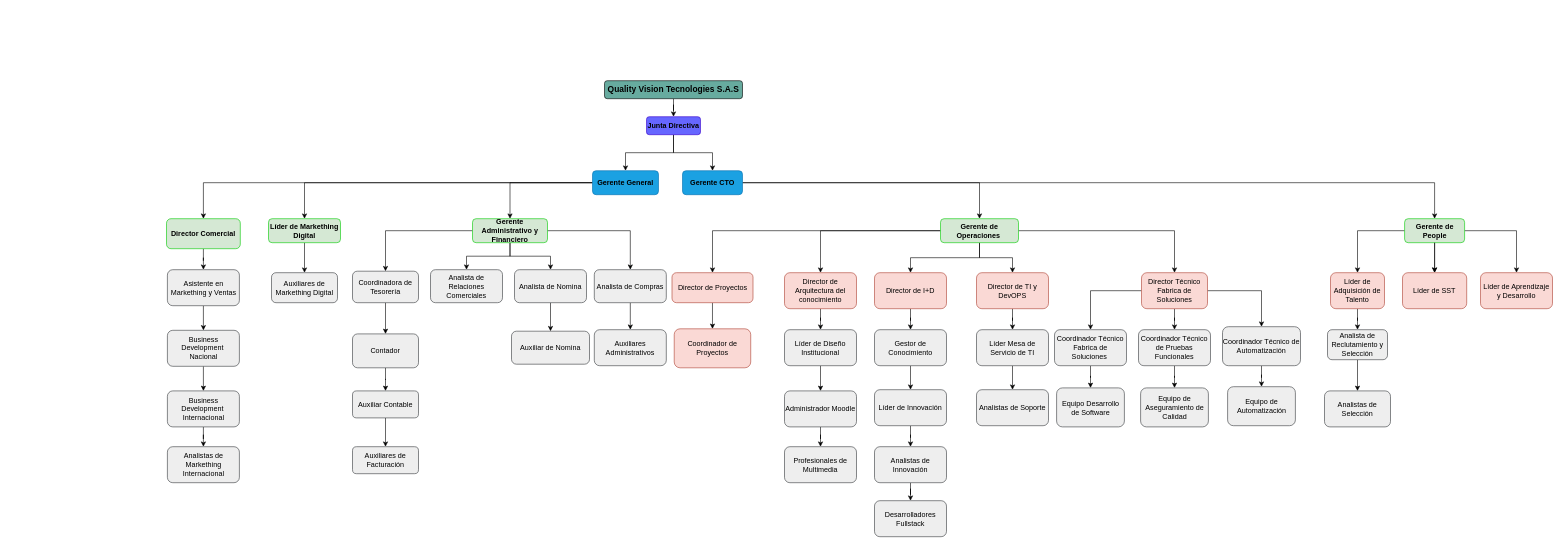
Earlier version of the draw.io diagram Organigrama.drawio (MonicaGalvis27/EjemploLista). Source tidied: cells renumbered, new cells numbered last; positions are measured from the earlier drawing's top-left corner, leaving out a move shared by most shapes. Both pictures are drawn from the tidied source at 60%, with x=0, y=0 at pixel (166, 80).
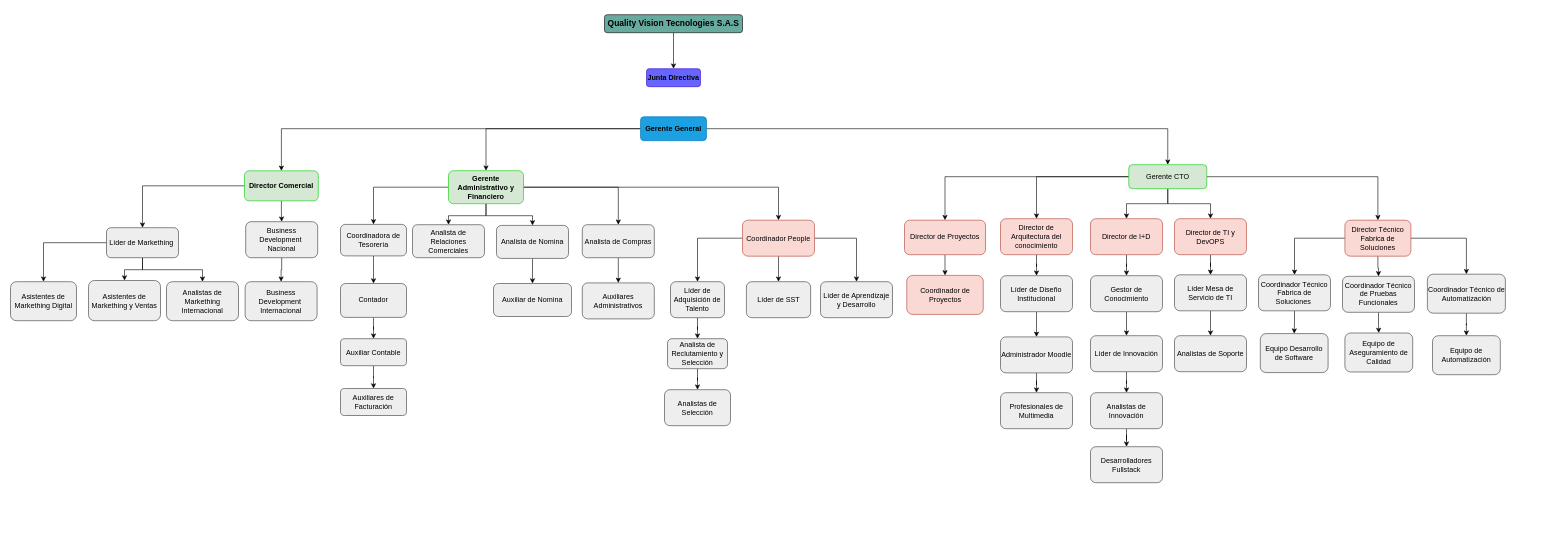
The same diagram, later.

What changed in the source:
```diff
@@
     <mxCell id="3" value="&lt;h3 style=&quot;color: rgb(0, 0, 0);&quot;&gt;Quality Vision Tecnologies S.A.S&lt;/h3&gt;" style="rounded=1;whiteSpace=wrap;html=1;fillColor=#67AB9F;" parent="1" vertex="1">
-      <mxGeometry x="730" width="230" height="30" as="geometry" />
+      <mxGeometry x="730" y="-110" width="230" height="30" as="geometry" />
     </mxCell>
-    <mxCell id="4" style="edgeStyle=orthogonalEdgeStyle;rounded=0;jettySize=auto;html=1;" parent="1" edge="1" source="6" target="10">
-      <mxGeometry relative="1" as="geometry" />
-    </mxCell>
-    <mxCell id="5" style="edgeStyle=orthogonalEdgeStyle;rounded=0;jettySize=auto;html=1;entryX=0.5;entryY=0;entryDx=0;entryDy=0;" parent="1" edge="1" source="6" target="13">
-      <mxGeometry relative="1" as="geometry" />
-    </mxCell>
     <mxCell id="6" value="&lt;font style=&quot;color: rgb(0, 0, 0);&quot;&gt;&lt;b&gt;Junta Directiva&lt;/b&gt;&lt;/font&gt;" style="rounded=1;whiteSpace=wrap;html=1;fillColor=#6666FF;fontColor=#ffffff;strokeColor=#3700CC;" parent="1" vertex="1">
-      <mxGeometry x="800" y="60" width="90" height="30" as="geometry" />
+      <mxGeometry x="800" y="-20" width="90" height="30" as="geometry" />
     </mxCell>
@@
-    <mxCell id="8" style="edgeStyle=orthogonalEdgeStyle;rounded=0;jettySize=auto;html=1;entryX=0.5;entryY=0;entryDx=0;entryDy=0;" parent="1" edge="1" source="10" target="17">
-      <mxGeometry relative="1" as="geometry" />
-    </mxCell>
@@
+    <mxCell id="100" style="edgeStyle=orthogonalEdgeStyle;rounded=0;jettySize=auto;html=1;entryX=0.5;entryY=0;entryDx=0;entryDy=0;" parent="1" edge="1" source="10" target="28">
+      <mxGeometry relative="1" as="geometry" />
+    </mxCell>
     <mxCell id="10" value="&lt;font style=&quot;vertical-align: inherit; color: rgb(0, 0, 0);&quot; dir=&quot;auto&quot;&gt;&lt;b&gt;Gerente General&lt;/b&gt;&lt;/font&gt;" style="rounded=1;whiteSpace=wrap;html=1;fillColor=#1ba1e2;strokeColor=#006EAF;fontColor=#ffffff;" parent="1" vertex="1">
-      <mxGeometry x="710" y="150" width="110" height="40" as="geometry" />
+      <mxGeometry x="790" y="60" width="110" height="40" as="geometry" />
     </mxCell>
-    <mxCell id="11" style="edgeStyle=orthogonalEdgeStyle;rounded=0;jettySize=auto;html=1;entryX=0.5;entryY=0;entryDx=0;entryDy=0;" parent="1" edge="1" source="13" target="28">
-      <mxGeometry relative="1" as="geometry" />
-    </mxCell>
-    <mxCell id="12" style="edgeStyle=orthogonalEdgeStyle;rounded=0;jettySize=auto;html=1;entryX=0.5;entryY=0;entryDx=0;entryDy=0;" parent="1" edge="1" source="13" target="32">
-      <mxGeometry relative="1" as="geometry" />
-    </mxCell>
-    <mxCell id="13" value="&lt;font style=&quot;color: rgb(0, 0, 0);&quot;&gt;&lt;b&gt;Gerente CTO&lt;/b&gt;&lt;/font&gt;" style="rounded=1;whiteSpace=wrap;html=1;fillColor=#1ba1e2;strokeColor=#006EAF;fontColor=#ffffff;" parent="1" vertex="1">
-      <mxGeometry x="860" y="150" width="100" height="40" as="geometry" />
-    </mxCell>
-    <mxCell id="14" style="edgeStyle=orthogonalEdgeStyle;rounded=0;jettySize=auto;html=1;" parent="1" edge="1" source="15" target="94">
-      <mxGeometry relative="1" as="geometry" />
-    </mxCell>
+    <mxCell id="101" style="edgeStyle=orthogonalEdgeStyle;rounded=0;jettySize=auto;html=1;" parent="1" edge="1" source="15" target="17">
+      <mxGeometry relative="1" as="geometry" />
+    </mxCell>
+    <mxCell id="102" style="edgeStyle=orthogonalEdgeStyle;rounded=0;jettySize=auto;html=1;" parent="1" edge="1" source="15" target="96">
+      <mxGeometry relative="1" as="geometry" />
+    </mxCell>
     <mxCell id="15" value="Director Comercial" style="rounded=1;whiteSpace=wrap;html=1;fillColor=#d5e8d4;strokeColor=#00CC00;fontStyle=1;" parent="1" vertex="1">
-      <mxGeometry y="230" width="123" height="50" as="geometry" />
+      <mxGeometry x="130" y="150.2" width="123" height="50" as="geometry" />
     </mxCell>
@@
+    <mxCell id="103" style="edgeStyle=orthogonalEdgeStyle;rounded=0;jettySize=auto;html=1;" parent="1" edge="1" source="17" target="97">
+      <mxGeometry relative="1" as="geometry" />
+    </mxCell>
+    <mxCell id="104" style="edgeStyle=orthogonalEdgeStyle;rounded=0;jettySize=auto;html=1;entryX=0.5;entryY=0;entryDx=0;entryDy=0;" parent="1" edge="1" source="17" target="94">
+      <mxGeometry relative="1" as="geometry" />
+    </mxCell>
-    <mxCell id="17" value="Líder de Markething Digital" style="rounded=1;whiteSpace=wrap;html=1;fillColor=#d5e8d4;strokeColor=#00CC00;fontStyle=1;" parent="1" vertex="1">
-      <mxGeometry x="170" y="230" width="120" height="40" as="geometry" />
+    <mxCell id="17" value="&lt;span style=&quot;font-weight: normal;&quot;&gt;Líder de Markething&amp;nbsp;&lt;/span&gt;" style="rounded=1;whiteSpace=wrap;html=1;fillColor=#eeeeee;strokeColor=#36393d;fontStyle=1;" parent="1" vertex="1">
+      <mxGeometry x="-100" y="245" width="120" height="50" as="geometry" />
     </mxCell>
@@
+    <mxCell id="105" style="edgeStyle=orthogonalEdgeStyle;rounded=0;jettySize=auto;html=1;entryX=0.5;entryY=0;entryDx=0;entryDy=0;" parent="1" edge="1" source="22" target="109">
+      <mxGeometry relative="1" as="geometry" />
+    </mxCell>
     <mxCell id="22" value="Gerente Administrativo y Financiero" style="rounded=1;whiteSpace=wrap;html=1;fillColor=#d5e8d4;strokeColor=#00CC00;fontStyle=1;" parent="1" vertex="1">
-      <mxGeometry x="510" y="230" width="125" height="40" as="geometry" />
+      <mxGeometry x="470" y="150" width="125" height="55" as="geometry" />
     </mxCell>
@@
-    <mxCell id="28" value="Gerente de Operaciones&amp;nbsp;" style="rounded=1;whiteSpace=wrap;html=1;fillColor=#d5e8d4;strokeColor=#00CC00;fontStyle=1;" parent="1" vertex="1">
-      <mxGeometry x="1290" y="230" width="130" height="40" as="geometry" />
+    <mxCell id="28" value="&lt;span style=&quot;font-weight: normal;&quot;&gt;Gerente CTO&lt;/span&gt;" style="rounded=1;whiteSpace=wrap;html=1;fillColor=#d5e8d4;strokeColor=#00CC00;fontStyle=1;" parent="1" vertex="1">
+      <mxGeometry x="1603.8" y="140" width="130" height="40" as="geometry" />
     </mxCell>
-    <mxCell id="29" style="edgeStyle=orthogonalEdgeStyle;rounded=0;jettySize=auto;html=1;entryX=0.5;entryY=0;entryDx=0;entryDy=0;" parent="1" edge="1" source="32" target="41">
-      <mxGeometry relative="1" as="geometry" />
-    </mxCell>
-    <mxCell id="30" style="edgeStyle=orthogonalEdgeStyle;rounded=0;jettySize=auto;html=1;entryX=0.5;entryY=0;entryDx=0;entryDy=0;" parent="1" edge="1" source="32" target="49">
-      <mxGeometry relative="1" as="geometry" />
-    </mxCell>
-    <mxCell id="31" style="edgeStyle=orthogonalEdgeStyle;rounded=0;jettySize=auto;html=1;entryX=0.5;entryY=0;entryDx=0;entryDy=0;" parent="1" edge="1" source="32" target="42">
-      <mxGeometry relative="1" as="geometry" />
-    </mxCell>
-    <mxCell id="32" value="Gerente de People" style="rounded=1;whiteSpace=wrap;html=1;fillColor=#d5e8d4;strokeColor=#00CC00;fontStyle=1;" parent="1" vertex="1">
-      <mxGeometry x="2063.5" y="230" width="100" height="40" as="geometry" />
-    </mxCell>
@@
     <mxCell id="34" value="Director de Proyectos" style="rounded=1;whiteSpace=wrap;html=1;fillColor=#fad9d5;strokeColor=#ae4132;" parent="1" vertex="1">
-      <mxGeometry x="842.5" y="320" width="135" height="50" as="geometry" />
+      <mxGeometry x="1230" y="232.5" width="135" height="57.5" as="geometry" />
     </mxCell>
     <mxCell id="35" value="Coordinador de Proyectos" style="rounded=1;whiteSpace=wrap;html=1;fillColor=#fad9d5;strokeColor=#ae4132;" parent="1" vertex="1">
-      <mxGeometry x="846.2" y="413.5" width="127.5" height="65" as="geometry" />
+      <mxGeometry x="1233.8" y="324.5" width="127.5" height="65" as="geometry" />
     </mxCell>
@@
+    <mxCell id="38" style="edgeStyle=orthogonalEdgeStyle;rounded=0;jettySize=auto;html=1;entryX=0.5;entryY=0;entryDx=0;entryDy=0;" parent="1" edge="1" source="39" target="47">
+      <mxGeometry relative="1" as="geometry" />
+    </mxCell>
@@
-    <mxCell id="38" style="edgeStyle=orthogonalEdgeStyle;rounded=0;jettySize=auto;html=1;entryX=0.5;entryY=0;entryDx=0;entryDy=0;" parent="1" edge="1" source="39" target="47">
-      <mxGeometry relative="1" as="geometry" />
-    </mxCell>
     <mxCell id="39" value="Director Técnico Fabrica de Soluciones" style="rounded=1;whiteSpace=wrap;html=1;fillColor=#fad9d5;strokeColor=#ae4132;" parent="1" vertex="1">
-      <mxGeometry x="1625" y="320" width="110" height="60" as="geometry" />
+      <mxGeometry x="1964" y="232.5" width="110" height="60" as="geometry" />
     </mxCell>
@@
-    <mxCell id="41" value="Líder de Adquisición de Talento" style="rounded=1;whiteSpace=wrap;html=1;fillColor=#fad9d5;strokeColor=#ae4132;" parent="1" vertex="1">
-      <mxGeometry x="1940" y="320" width="90" height="60" as="geometry" />
+    <mxCell id="41" value="Líder de Adquisición de Talento" style="rounded=1;whiteSpace=wrap;html=1;fillColor=#eeeeee;strokeColor=#36393d;" parent="1" vertex="1">
+      <mxGeometry x="840" y="335" width="90" height="60" as="geometry" />
     </mxCell>
-    <mxCell id="42" value="Líder de Aprendizaje y Desarrollo" style="rounded=1;whiteSpace=wrap;html=1;fillColor=#fad9d5;strokeColor=#ae4132;" parent="1" vertex="1">
-      <mxGeometry x="2190" y="320" width="120" height="60" as="geometry" />
+    <mxCell id="42" value="Líder de Aprendizaje y Desarrollo" style="rounded=1;whiteSpace=wrap;html=1;fillColor=#eeeeee;strokeColor=#36393d;" parent="1" vertex="1">
+      <mxGeometry x="1090" y="335" width="120" height="60" as="geometry" />
     </mxCell>
@@
     <mxCell id="44" value="Analista de Reclutamiento y Selección" style="rounded=1;whiteSpace=wrap;html=1;fillColor=#eeeeee;strokeColor=#36393d;" parent="1" vertex="1">
-      <mxGeometry x="1935" y="415" width="100" height="50" as="geometry" />
+      <mxGeometry x="835" y="430" width="100" height="50" as="geometry" />
     </mxCell>
     <mxCell id="45" value="Analistas de Selección" style="rounded=1;whiteSpace=wrap;html=1;fillColor=#eeeeee;strokeColor=#36393d;" parent="1" vertex="1">
-      <mxGeometry x="1930" y="517" width="110" height="60" as="geometry" />
+      <mxGeometry x="830" y="515" width="110" height="60" as="geometry" />
     </mxCell>
@@
     <mxCell id="47" value="Coordinador Técnico Fabrica de Soluciones&lt;span style=&quot;background-color: transparent; color: light-dark(rgb(0, 0, 0), rgb(255, 255, 255));&quot;&gt;&amp;nbsp;&lt;/span&gt;" style="rounded=1;whiteSpace=wrap;html=1;fillColor=#eeeeee;strokeColor=#36393d;" parent="1" vertex="1">
-      <mxGeometry x="1480" y="415" width="120" height="60" as="geometry" />
+      <mxGeometry x="1820" y="323.5" width="120" height="60" as="geometry" />
     </mxCell>
-    <mxCell id="48" style="edgeStyle=orthogonalEdgeStyle;rounded=0;jettySize=auto;html=1;" parent="1" edge="1" source="32" target="49">
-      <mxGeometry relative="1" as="geometry" />
-    </mxCell>
-    <mxCell id="49" value="Líder de SST" style="rounded=1;whiteSpace=wrap;html=1;fillColor=#fad9d5;strokeColor=#ae4132;" parent="1" vertex="1">
-      <mxGeometry x="2060" y="320" width="107" height="60" as="geometry" />
+    <mxCell id="49" value="Líder de SST" style="rounded=1;whiteSpace=wrap;html=1;fillColor=#eeeeee;strokeColor=#36393d;" parent="1" vertex="1">
+      <mxGeometry x="966.5" y="335" width="107" height="60" as="geometry" />
     </mxCell>
     <mxCell id="50" value="Equipo Desarrollo de Software" style="rounded=1;whiteSpace=wrap;html=1;fillColor=#eeeeee;strokeColor=#36393d;" parent="1" vertex="1">
-      <mxGeometry x="1483.5" y="512" width="113" height="65" as="geometry" />
+      <mxGeometry x="1823" y="421.5" width="113" height="65" as="geometry" />
     </mxCell>
@@
     <mxCell id="52" value="Coordinador Técnico de Pruebas Funcionales" style="rounded=1;whiteSpace=wrap;html=1;fillColor=#eeeeee;strokeColor=#36393d;" parent="1" vertex="1">
-      <mxGeometry x="1620" y="415" width="120" height="60" as="geometry" />
+      <mxGeometry x="1960" y="326" width="120" height="60" as="geometry" />
     </mxCell>
     <mxCell id="53" value="Equipo de Aseguramiento de Calidad" style="rounded=1;whiteSpace=wrap;html=1;fillColor=#eeeeee;strokeColor=#36393d;" parent="1" vertex="1">
-      <mxGeometry x="1623.5" y="512" width="113" height="65" as="geometry" />
+      <mxGeometry x="1964" y="420.5" width="113" height="65" as="geometry" />
     </mxCell>
@@
     <mxCell id="55" value="Coordinador Técnico de Automatización" style="rounded=1;whiteSpace=wrap;html=1;fillColor=#eeeeee;strokeColor=#36393d;" parent="1" vertex="1">
-      <mxGeometry x="1760" y="410" width="130" height="65" as="geometry" />
+      <mxGeometry x="2101.5" y="322.5" width="130" height="65" as="geometry" />
     </mxCell>
     <mxCell id="56" value="Equipo de Automatización" style="rounded=1;whiteSpace=wrap;html=1;fillColor=#eeeeee;strokeColor=#36393d;" parent="1" vertex="1">
-      <mxGeometry x="1768.5" y="510" width="113" height="65" as="geometry" />
+      <mxGeometry x="2110" y="425" width="113" height="65" as="geometry" />
     </mxCell>
@@
     <mxCell id="58" value="Director de TI y DevOPS" style="rounded=1;whiteSpace=wrap;html=1;fillColor=#fad9d5;strokeColor=#ae4132;" parent="1" vertex="1">
-      <mxGeometry x="1350" y="320" width="120" height="60" as="geometry" />
+      <mxGeometry x="1680" y="230" width="120" height="60" as="geometry" />
     </mxCell>
@@
-    <mxCell id="60" value="Líder Mesa de Servicio de TI" style="rounded=1;whiteSpace=wrap;html=1;fillColor=#eeeeee;strokeColor=#36393d;" parent="1" vertex="1">
-      <mxGeometry x="1350" y="415" width="120" height="60" as="geometry" />
-    </mxCell>
     <mxCell id="61" value="Analistas de Soporte" style="rounded=1;whiteSpace=wrap;html=1;fillColor=#eeeeee;strokeColor=#36393d;" parent="1" vertex="1">
-      <mxGeometry x="1350" y="515" width="120" height="60" as="geometry" />
+      <mxGeometry x="1680" y="425" width="120" height="60" as="geometry" />
     </mxCell>
@@
     <mxCell id="63" value="Director de I+D" style="rounded=1;whiteSpace=wrap;html=1;fillColor=#fad9d5;strokeColor=#ae4132;" parent="1" vertex="1">
-      <mxGeometry x="1180" y="320" width="120" height="60" as="geometry" />
+      <mxGeometry x="1540" y="230" width="120" height="60" as="geometry" />
     </mxCell>
@@
     <mxCell id="65" value="Gestor de Conocimiento" style="rounded=1;whiteSpace=wrap;html=1;fillColor=#eeeeee;strokeColor=#36393d;" parent="1" vertex="1">
-      <mxGeometry x="1180" y="415" width="120" height="60" as="geometry" />
+      <mxGeometry x="1540" y="325" width="120" height="60" as="geometry" />
     </mxCell>
@@
     <mxCell id="67" value="Líder de Innovación" style="rounded=1;whiteSpace=wrap;html=1;fillColor=#eeeeee;strokeColor=#36393d;" parent="1" vertex="1">
-      <mxGeometry x="1180" y="515" width="120" height="60" as="geometry" />
+      <mxGeometry x="1540" y="425" width="120" height="60" as="geometry" />
     </mxCell>
@@
     <mxCell id="69" value="Analistas de Innovación" style="rounded=1;whiteSpace=wrap;html=1;fillColor=#eeeeee;strokeColor=#36393d;" parent="1" vertex="1">
-      <mxGeometry x="1180" y="610" width="120" height="60" as="geometry" />
+      <mxGeometry x="1540" y="520" width="120" height="60" as="geometry" />
     </mxCell>
     <mxCell id="70" value="Desarrolladores Fullstack" style="rounded=1;whiteSpace=wrap;html=1;fillColor=#eeeeee;strokeColor=#36393d;" parent="1" vertex="1">
-      <mxGeometry x="1180" y="700" width="120" height="60" as="geometry" />
+      <mxGeometry x="1540" y="610" width="120" height="60" as="geometry" />
     </mxCell>
@@
     <mxCell id="72" value="Director de Arquitectura del conocimiento" style="rounded=1;whiteSpace=wrap;html=1;fillColor=#fad9d5;strokeColor=#ae4132;" parent="1" vertex="1">
-      <mxGeometry x="1030" y="320" width="120" height="60" as="geometry" />
+      <mxGeometry x="1390" y="230" width="120" height="60" as="geometry" />
     </mxCell>
@@
     <mxCell id="74" value="Líder de Diseño Institucional" style="rounded=1;whiteSpace=wrap;html=1;fillColor=#eeeeee;strokeColor=#36393d;" parent="1" vertex="1">
-      <mxGeometry x="1030" y="415" width="120" height="60" as="geometry" />
+      <mxGeometry x="1390" y="325" width="120" height="60" as="geometry" />
     </mxCell>
@@
     <mxCell id="76" value="Administrador Moodle" style="rounded=1;whiteSpace=wrap;html=1;fillColor=#eeeeee;strokeColor=#36393d;" parent="1" vertex="1">
-      <mxGeometry x="1030" y="517" width="120" height="60" as="geometry" />
+      <mxGeometry x="1390" y="427" width="120" height="60" as="geometry" />
     </mxCell>
     <mxCell id="77" value="Profesionales de Multimedia" style="rounded=1;whiteSpace=wrap;html=1;fillColor=#eeeeee;strokeColor=#36393d;" parent="1" vertex="1">
-      <mxGeometry x="1030" y="610" width="120" height="60" as="geometry" />
+      <mxGeometry x="1390" y="520" width="120" height="60" as="geometry" />
     </mxCell>
@@
     <mxCell id="79" value="Coordinadora de Tesorería" style="rounded=1;whiteSpace=wrap;html=1;fillColor=#eeeeee;strokeColor=#36393d;" parent="1" vertex="1">
-      <mxGeometry x="310" y="317.5" width="110" height="52.5" as="geometry" />
+      <mxGeometry x="290" y="239.5" width="110" height="52.5" as="geometry" />
     </mxCell>
@@
     <mxCell id="81" value="Contador" style="rounded=1;whiteSpace=wrap;html=1;fillColor=#eeeeee;strokeColor=#36393d;" parent="1" vertex="1">
-      <mxGeometry x="310" y="422" width="110" height="56.5" as="geometry" />
+      <mxGeometry x="290" y="338" width="110" height="56.5" as="geometry" />
     </mxCell>
@@
     <mxCell id="83" value="Auxiliar Contable" style="rounded=1;whiteSpace=wrap;html=1;fillColor=#eeeeee;strokeColor=#36393d;" parent="1" vertex="1">
-      <mxGeometry x="310" y="517" width="110" height="45" as="geometry" />
+      <mxGeometry x="290" y="430" width="110" height="45" as="geometry" />
     </mxCell>
     <mxCell id="84" value="Auxiliares de Facturación" style="rounded=1;whiteSpace=wrap;html=1;fillColor=#eeeeee;strokeColor=#36393d;" parent="1" vertex="1">
-      <mxGeometry x="310" y="610" width="110" height="45" as="geometry" />
+      <mxGeometry x="290" y="513" width="110" height="45" as="geometry" />
     </mxCell>
     <mxCell id="85" value="Analista de Relaciones Comerciales" style="rounded=1;whiteSpace=wrap;html=1;fillColor=#eeeeee;strokeColor=#36393d;" parent="1" vertex="1">
-      <mxGeometry x="440" y="315" width="120" height="55" as="geometry" />
+      <mxGeometry x="410" y="240" width="120" height="55" as="geometry" />
     </mxCell>
@@
     <mxCell id="87" value="Analista de Nomina" style="rounded=1;whiteSpace=wrap;html=1;fillColor=#eeeeee;strokeColor=#36393d;" parent="1" vertex="1">
-      <mxGeometry x="580" y="315" width="120" height="55" as="geometry" />
+      <mxGeometry x="550" y="241.2" width="120" height="55" as="geometry" />
     </mxCell>
     <mxCell id="88" value="Auxiliar de Nomina" style="rounded=1;whiteSpace=wrap;html=1;fillColor=#eeeeee;strokeColor=#36393d;" parent="1" vertex="1">
-      <mxGeometry x="575" y="417.5" width="130" height="55" as="geometry" />
+      <mxGeometry x="545" y="338" width="130" height="55" as="geometry" />
     </mxCell>
@@
     <mxCell id="90" value="Analista de Compras" style="rounded=1;whiteSpace=wrap;html=1;fillColor=#eeeeee;strokeColor=#36393d;" parent="1" vertex="1">
-      <mxGeometry x="713" y="315" width="120" height="55" as="geometry" />
+      <mxGeometry x="693" y="240" width="120" height="55" as="geometry" />
     </mxCell>
     <mxCell id="91" value="Auxiliares Administrativos" style="rounded=1;whiteSpace=wrap;html=1;fillColor=#eeeeee;strokeColor=#36393d;" parent="1" vertex="1">
-      <mxGeometry x="713" y="415" width="120" height="60" as="geometry" />
+      <mxGeometry x="693" y="337" width="120" height="60" as="geometry" />
     </mxCell>
-    <mxCell id="92" value="Auxiliares de Markething Digital" style="rounded=1;whiteSpace=wrap;html=1;fillColor=#eeeeee;strokeColor=#36393d;" parent="1" vertex="1">
-      <mxGeometry x="175" y="320" width="110" height="50" as="geometry" />
+    <mxCell id="92" value="Asistentes de Markething Digital" style="rounded=1;whiteSpace=wrap;html=1;fillColor=#eeeeee;strokeColor=#36393d;" parent="1" vertex="1">
+      <mxGeometry x="-260" y="335" width="110" height="65" as="geometry" />
     </mxCell>
-    <mxCell id="93" style="edgeStyle=orthogonalEdgeStyle;rounded=0;jettySize=auto;html=1;" parent="1" edge="1" source="94" target="96">
-      <mxGeometry relative="1" as="geometry" />
-    </mxCell>
-    <mxCell id="94" value="Asistente en Markething y Ventas" style="rounded=1;whiteSpace=wrap;html=1;fillColor=#eeeeee;strokeColor=#36393d;" parent="1" vertex="1">
-      <mxGeometry x="1.5" y="315" width="120" height="60" as="geometry" />
+    <mxCell id="94" value="Asistentes de Markething y Ventas" style="rounded=1;whiteSpace=wrap;html=1;fillColor=#eeeeee;strokeColor=#36393d;" parent="1" vertex="1">
+      <mxGeometry x="-130" y="333" width="120" height="67" as="geometry" />
     </mxCell>
@@
     <mxCell id="96" value="Business Development&amp;nbsp;&lt;div&gt;Nacional&lt;/div&gt;" style="rounded=1;whiteSpace=wrap;html=1;fillColor=#eeeeee;strokeColor=#36393d;" parent="1" vertex="1">
-      <mxGeometry x="1.5" y="416" width="120" height="60" as="geometry" />
+      <mxGeometry x="132" y="235" width="120" height="60" as="geometry" />
     </mxCell>
     <mxCell id="97" value="Analistas de Markething Internacional" style="rounded=1;whiteSpace=wrap;html=1;fillColor=#eeeeee;strokeColor=#36393d;" parent="1" vertex="1">
-      <mxGeometry x="1.5" y="610" width="120" height="60" as="geometry" />
+      <mxGeometry y="335" width="120" height="65" as="geometry" />
     </mxCell>
-    <mxCell id="98" style="edgeStyle=orthogonalEdgeStyle;rounded=0;jettySize=auto;html=1;" parent="1" edge="1" source="99" target="97">
-      <mxGeometry relative="1" as="geometry" />
-    </mxCell>
     <mxCell id="99" value="Business Development&amp;nbsp;&lt;div&gt;Internacional&lt;/div&gt;" style="rounded=1;whiteSpace=wrap;html=1;fillColor=#eeeeee;strokeColor=#36393d;" parent="1" vertex="1">
-      <mxGeometry x="1.5" y="517" width="120" height="60" as="geometry" />
+      <mxGeometry x="131" y="335" width="120" height="65" as="geometry" />
     </mxCell>
+    <mxCell id="106" style="edgeStyle=orthogonalEdgeStyle;rounded=0;jettySize=auto;html=1;entryX=0.5;entryY=0;entryDx=0;entryDy=0;" parent="1" edge="1" source="109" target="41">
+      <mxGeometry relative="1" as="geometry" />
+    </mxCell>
+    <mxCell id="107" style="edgeStyle=orthogonalEdgeStyle;rounded=0;jettySize=auto;html=1;" parent="1" edge="1" source="109" target="49">
+      <mxGeometry relative="1" as="geometry" />
+    </mxCell>
+    <mxCell id="108" style="edgeStyle=orthogonalEdgeStyle;rounded=0;jettySize=auto;html=1;" parent="1" edge="1" source="109" target="42">
+      <mxGeometry relative="1" as="geometry" />
+    </mxCell>
+    <mxCell id="109" value="Coordinador People" style="rounded=1;whiteSpace=wrap;html=1;fillColor=#fad9d5;strokeColor=#ae4132;" parent="1" vertex="1">
+      <mxGeometry x="960" y="232.5" width="120" height="60" as="geometry" />
+    </mxCell>
+    <mxCell id="60" value="Líder Mesa de Servicio de TI" style="rounded=1;whiteSpace=wrap;html=1;fillColor=#eeeeee;strokeColor=#36393d;" parent="1" vertex="1">
+      <mxGeometry x="1680" y="323.5" width="120" height="60" as="geometry" />
+    </mxCell>
```
